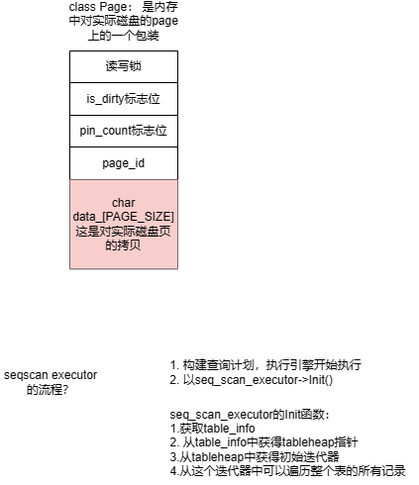
The draw.io diagram CMU15445/table&table_info&table_heap&...的关系.drawio.png in SixPlusAndTimes/drawio, before a commit. Source tidied: cells renumbered, new cells last; positions are measured from the earlier drawing's top-left corner, leaving out a move shared by most shapes. Source of this version:
```xml
<mxGraphModel>
  <root>
    <mxCell id="0" />
    <mxCell id="1" parent="0" />
    <mxCell id="2" value="class Page： 是内存中对实际磁盘的page上的一个包装" style="text;html=1;strokeColor=none;fillColor=none;align=center;verticalAlign=middle;whiteSpace=wrap;rounded=0;" parent="1" vertex="1">
      <mxGeometry x="63" width="123" height="30" as="geometry" />
    </mxCell>
    <mxCell id="3" style="shape=table;startSize=0;" parent="1" vertex="1">
      <mxGeometry x="70" y="45" width="109" height="220.2" as="geometry" />
    </mxCell>
    <mxCell id="4" style="shape=tableRow;horizontal=0;startSize=0;swimlaneHead=0;swimlaneBody=0;strokeColor=inherit;top=0;left=0;bottom=0;right=0;fillColor=none;" parent="3" vertex="1">
      <mxGeometry width="109" height="32" as="geometry" />
    </mxCell>
    <mxCell id="5" value="读写锁" style="shape=partialRectangle;html=1;whiteSpace=wrap;strokeColor=inherit;overflow=hidden;fillColor=none;top=0;left=0;bottom=0;right=0;" parent="4" vertex="1">
      <mxGeometry width="109" height="32" as="geometry" />
    </mxCell>
    <mxCell id="6" style="shape=tableRow;horizontal=0;startSize=0;swimlaneHead=0;swimlaneBody=0;strokeColor=inherit;top=0;left=0;bottom=0;right=0;fillColor=none;" parent="3" vertex="1">
      <mxGeometry y="32" width="109" height="33" as="geometry" />
    </mxCell>
    <mxCell id="7" value="is_dirty标志位" style="shape=partialRectangle;html=1;whiteSpace=wrap;strokeColor=inherit;overflow=hidden;fillColor=none;top=0;left=0;bottom=0;right=0;" parent="6" vertex="1">
      <mxGeometry width="109" height="33" as="geometry" />
    </mxCell>
    <mxCell id="8" style="shape=tableRow;horizontal=0;startSize=0;swimlaneHead=0;swimlaneBody=0;strokeColor=inherit;top=0;left=0;bottom=0;right=0;fillColor=none;" parent="3" vertex="1">
      <mxGeometry y="65" width="109" height="32" as="geometry" />
    </mxCell>
    <mxCell id="9" value="pin_count标志位" style="shape=partialRectangle;html=1;whiteSpace=wrap;strokeColor=inherit;overflow=hidden;fillColor=none;top=0;left=0;bottom=0;right=0;" parent="8" vertex="1">
      <mxGeometry width="109" height="32" as="geometry" />
    </mxCell>
    <mxCell id="10" style="shape=tableRow;horizontal=0;startSize=0;swimlaneHead=0;swimlaneBody=0;strokeColor=inherit;top=0;left=0;bottom=0;right=0;fillColor=none;" parent="3" vertex="1">
      <mxGeometry y="97" width="109" height="33" as="geometry" />
    </mxCell>
    <mxCell id="11" value="page_id" style="shape=partialRectangle;html=1;whiteSpace=wrap;strokeColor=inherit;overflow=hidden;fillColor=none;top=0;left=0;bottom=0;right=0;" parent="10" vertex="1">
      <mxGeometry width="109" height="33" as="geometry" />
    </mxCell>
    <mxCell id="12" style="shape=tableRow;horizontal=0;startSize=0;swimlaneHead=0;swimlaneBody=0;strokeColor=inherit;top=0;left=0;bottom=0;right=0;fillColor=none;" parent="3" vertex="1">
      <mxGeometry y="130" width="109" height="90" as="geometry" />
    </mxCell>
    <mxCell id="13" value="char data_[PAGE_SIZE]&lt;br&gt;这是对实际磁盘页的拷贝" style="shape=partialRectangle;html=1;whiteSpace=wrap;strokeColor=#b85450;overflow=hidden;fillColor=#f8cecc;top=0;left=0;bottom=0;right=0;" parent="12" vertex="1">
      <mxGeometry width="109" height="90" as="geometry" />
    </mxCell>
    <mxCell id="14" value="seqscan executor的流程？" style="text;html=1;strokeColor=none;fillColor=none;align=center;verticalAlign=middle;whiteSpace=wrap;rounded=0;" parent="1" vertex="1">
      <mxGeometry y="365" width="102" height="30" as="geometry" />
    </mxCell>
    <mxCell id="15" value="&lt;div style=&quot;text-align: left;&quot;&gt;&lt;span style=&quot;background-color: initial;&quot;&gt;1. 构建查询计划，执行引擎开始执行&lt;/span&gt;&lt;/div&gt;&lt;div style=&quot;text-align: left;&quot;&gt;&lt;span style=&quot;background-color: initial;&quot;&gt;2. 以seq_scan_executor-&amp;gt;Init()&lt;/span&gt;&lt;/div&gt;" style="text;html=1;strokeColor=none;fillColor=none;align=center;verticalAlign=middle;whiteSpace=wrap;rounded=0;" parent="1" vertex="1">
      <mxGeometry x="140" y="355" width="256" height="30" as="geometry" />
    </mxCell>
    <mxCell id="16" value="&lt;div style=&quot;text-align: left;&quot;&gt;&lt;span style=&quot;background-color: initial;&quot;&gt;seq_scan_executor的Init函数：&lt;/span&gt;&lt;/div&gt;&lt;div style=&quot;text-align: left;&quot;&gt;&lt;span style=&quot;background-color: initial;&quot;&gt;1.获取table_info&lt;/span&gt;&lt;/div&gt;&lt;div style=&quot;text-align: left;&quot;&gt;&lt;span style=&quot;background-color: initial;&quot;&gt;2. 从table_info中获得tableheap指针&lt;/span&gt;&lt;/div&gt;&lt;div style=&quot;text-align: left;&quot;&gt;&lt;span style=&quot;background-color: initial;&quot;&gt;3.从tableheap中获得初始迭代器&lt;/span&gt;&lt;/div&gt;&lt;div style=&quot;text-align: left;&quot;&gt;&lt;span style=&quot;background-color: initial;&quot;&gt;4.从这个迭代器中可以遍历整个表的所有记录&lt;/span&gt;&lt;/div&gt;" style="text;html=1;strokeColor=none;fillColor=none;align=center;verticalAlign=middle;whiteSpace=wrap;rounded=0;" parent="1" vertex="1">
      <mxGeometry x="159" y="398" width="263" height="85" as="geometry" />
    </mxCell>
  </root>
</mxGraphModel>
```
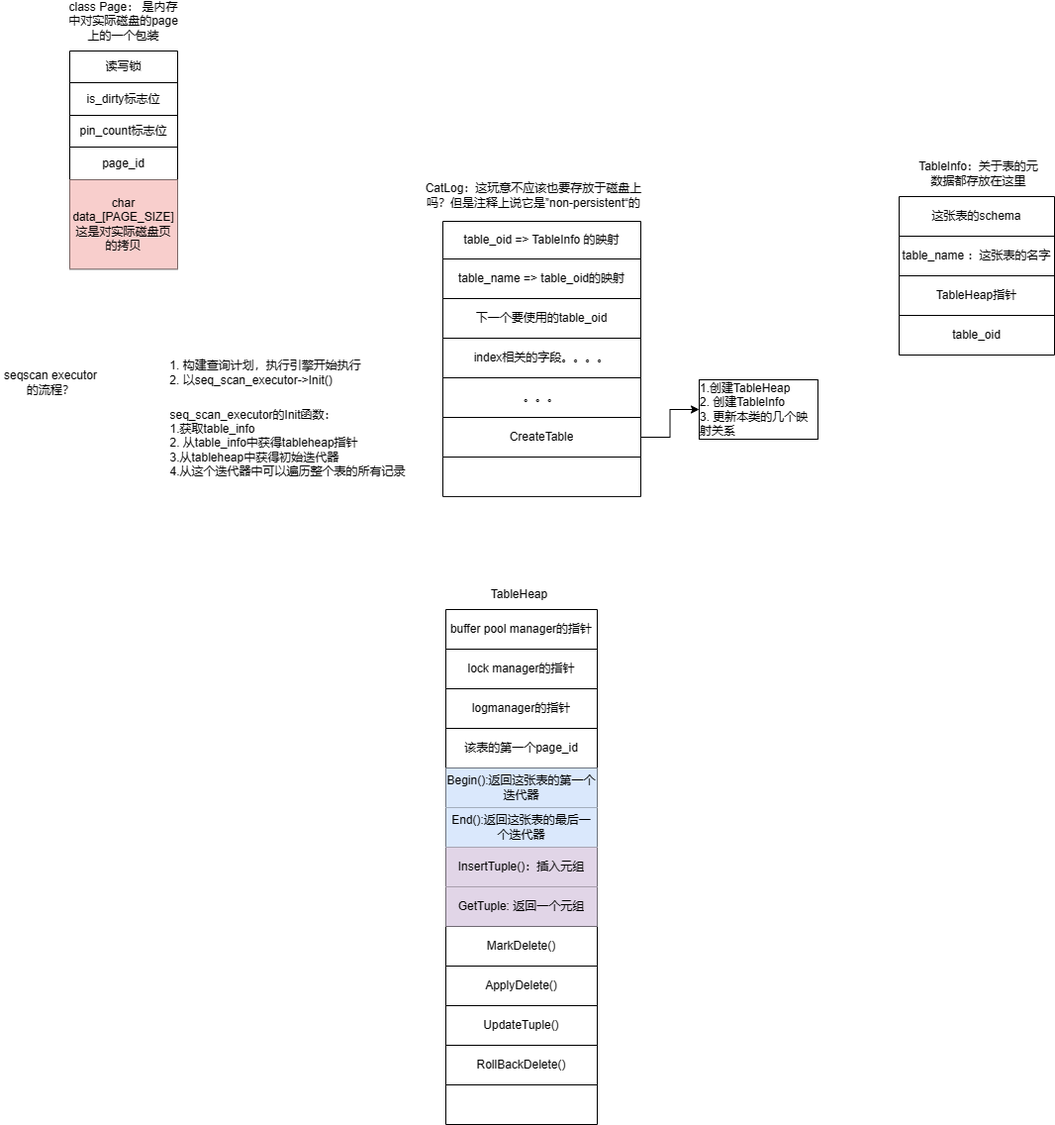
After the commit.

Commit message:
更新table&table_info&table_heap&...的关系.drawio.png

Diff of the diagram source:
```diff
@@ -47,5 +47,173 @@
     <mxCell id="16" value="&lt;div style=&quot;text-align: left;&quot;&gt;&lt;span style=&quot;background-color: initial;&quot;&gt;seq_scan_executor的Init函数：&lt;/span&gt;&lt;/div&gt;&lt;div style=&quot;text-align: left;&quot;&gt;&lt;span style=&quot;background-color: initial;&quot;&gt;1.获取table_info&lt;/span&gt;&lt;/div&gt;&lt;div style=&quot;text-align: left;&quot;&gt;&lt;span style=&quot;background-color: initial;&quot;&gt;2. 从table_info中获得tableheap指针&lt;/span&gt;&lt;/div&gt;&lt;div style=&quot;text-align: left;&quot;&gt;&lt;span style=&quot;background-color: initial;&quot;&gt;3.从tableheap中获得初始迭代器&lt;/span&gt;&lt;/div&gt;&lt;div style=&quot;text-align: left;&quot;&gt;&lt;span style=&quot;background-color: initial;&quot;&gt;4.从这个迭代器中可以遍历整个表的所有记录&lt;/span&gt;&lt;/div&gt;" style="text;html=1;strokeColor=none;fillColor=none;align=center;verticalAlign=middle;whiteSpace=wrap;rounded=0;" parent="1" vertex="1">
       <mxGeometry x="159" y="398" width="263" height="85" as="geometry" />
     </mxCell>
+    <mxCell id="17" value="CatLog：这玩意不应该也要存放于磁盘上吗？但是注释上说它是”non-persistent“的" style="text;html=1;strokeColor=none;fillColor=none;align=center;verticalAlign=middle;whiteSpace=wrap;rounded=0;" parent="1" vertex="1">
+      <mxGeometry x="422" y="176" width="234" height="30" as="geometry" />
+    </mxCell>
+    <mxCell id="18" style="shape=table;startSize=0;" parent="1" vertex="1">
+      <mxGeometry x="447" y="217" width="200" height="277.9" as="geometry" />
+    </mxCell>
+    <mxCell id="19" style="shape=tableRow;horizontal=0;startSize=0;swimlaneHead=0;swimlaneBody=0;strokeColor=inherit;top=0;left=0;bottom=0;right=0;fillColor=none;" parent="18" vertex="1">
+      <mxGeometry width="200" height="38" as="geometry" />
+    </mxCell>
+    <mxCell id="20" value="table_oid =&amp;gt; TableInfo 的映射" style="shape=partialRectangle;html=1;whiteSpace=wrap;strokeColor=inherit;overflow=hidden;fillColor=none;top=0;left=0;bottom=0;right=0;" parent="19" vertex="1">
+      <mxGeometry width="200" height="38" as="geometry" />
+    </mxCell>
+    <mxCell id="21" style="shape=tableRow;horizontal=0;startSize=0;swimlaneHead=0;swimlaneBody=0;strokeColor=inherit;top=0;left=0;bottom=0;right=0;fillColor=none;" parent="18" vertex="1">
+      <mxGeometry y="38" width="200" height="40" as="geometry" />
+    </mxCell>
+    <mxCell id="22" value="table_name =&amp;gt; table_oid的映射" style="shape=partialRectangle;html=1;whiteSpace=wrap;strokeColor=inherit;overflow=hidden;fillColor=none;top=0;left=0;bottom=0;right=0;" parent="21" vertex="1">
+      <mxGeometry width="200" height="40" as="geometry" />
+    </mxCell>
+    <mxCell id="23" style="shape=tableRow;horizontal=0;startSize=0;swimlaneHead=0;swimlaneBody=0;strokeColor=inherit;top=0;left=0;bottom=0;right=0;fillColor=none;" parent="18" vertex="1">
+      <mxGeometry y="78" width="200" height="40" as="geometry" />
+    </mxCell>
+    <mxCell id="24" value="下一个要使用的table_oid" style="shape=partialRectangle;html=1;whiteSpace=wrap;strokeColor=inherit;overflow=hidden;fillColor=none;top=0;left=0;bottom=0;right=0;" parent="23" vertex="1">
+      <mxGeometry width="200" height="40" as="geometry" />
+    </mxCell>
+    <mxCell id="25" style="shape=tableRow;horizontal=0;startSize=0;swimlaneHead=0;swimlaneBody=0;strokeColor=inherit;top=0;left=0;bottom=0;right=0;fillColor=none;" parent="18" vertex="1">
+      <mxGeometry y="118" width="200" height="40" as="geometry" />
+    </mxCell>
+    <mxCell id="26" value="index相关的字段。。。。" style="shape=partialRectangle;html=1;whiteSpace=wrap;strokeColor=inherit;overflow=hidden;fillColor=none;top=0;left=0;bottom=0;right=0;" parent="25" vertex="1">
+      <mxGeometry width="200" height="40" as="geometry" />
+    </mxCell>
+    <mxCell id="27" style="shape=tableRow;horizontal=0;startSize=0;swimlaneHead=0;swimlaneBody=0;strokeColor=inherit;top=0;left=0;bottom=0;right=0;fillColor=none;" parent="18" vertex="1">
+      <mxGeometry y="158" width="200" height="40" as="geometry" />
+    </mxCell>
+    <mxCell id="28" value="。。。" style="shape=partialRectangle;html=1;whiteSpace=wrap;strokeColor=inherit;overflow=hidden;fillColor=none;top=0;left=0;bottom=0;right=0;" parent="27" vertex="1">
+      <mxGeometry width="200" height="40" as="geometry" />
+    </mxCell>
+    <mxCell id="29" style="shape=tableRow;horizontal=0;startSize=0;swimlaneHead=0;swimlaneBody=0;strokeColor=inherit;top=0;left=0;bottom=0;right=0;fillColor=none;points=[[0,0.5],[1,0.5]];portConstraint=eastwest;" parent="18" vertex="1">
+      <mxGeometry y="198" width="200" height="40" as="geometry" />
+    </mxCell>
+    <mxCell id="30" value="CreateTable" style="shape=partialRectangle;html=1;whiteSpace=wrap;strokeColor=inherit;overflow=hidden;fillColor=none;top=0;left=0;bottom=0;right=0;" parent="29" vertex="1">
+      <mxGeometry width="200" height="40" as="geometry" />
+    </mxCell>
+    <mxCell id="31" style="shape=tableRow;horizontal=0;startSize=0;swimlaneHead=0;swimlaneBody=0;strokeColor=inherit;top=0;left=0;bottom=0;right=0;fillColor=none;" parent="18" vertex="1">
+      <mxGeometry y="238" width="200" height="40" as="geometry" />
+    </mxCell>
+    <mxCell id="32" style="shape=partialRectangle;html=1;whiteSpace=wrap;strokeColor=inherit;overflow=hidden;fillColor=none;top=0;left=0;bottom=0;right=0;" parent="31" vertex="1">
+      <mxGeometry width="200" height="40" as="geometry" />
+    </mxCell>
+    <mxCell id="33" value="TableInfo：关于表的元数据都存放在这里" style="text;html=1;strokeColor=none;fillColor=none;align=center;verticalAlign=middle;whiteSpace=wrap;rounded=0;" parent="1" vertex="1">
+      <mxGeometry x="927" y="154" width="123" height="30" as="geometry" />
+    </mxCell>
+    <mxCell id="34" style="shape=table;startSize=0;" parent="1" vertex="1">
+      <mxGeometry x="908" y="192" width="157" height="160" as="geometry" />
+    </mxCell>
+    <mxCell id="35" style="shape=tableRow;horizontal=0;startSize=0;swimlaneHead=0;swimlaneBody=0;strokeColor=inherit;top=0;left=0;bottom=0;right=0;fillColor=none;" parent="34" vertex="1">
+      <mxGeometry width="157" height="40" as="geometry" />
+    </mxCell>
+    <mxCell id="36" value="这张表的schema" style="shape=partialRectangle;html=1;whiteSpace=wrap;strokeColor=inherit;overflow=hidden;fillColor=none;top=0;left=0;bottom=0;right=0;" parent="35" vertex="1">
+      <mxGeometry width="157" height="40" as="geometry" />
+    </mxCell>
+    <mxCell id="37" style="shape=tableRow;horizontal=0;startSize=0;swimlaneHead=0;swimlaneBody=0;strokeColor=inherit;top=0;left=0;bottom=0;right=0;fillColor=none;" parent="34" vertex="1">
+      <mxGeometry y="40" width="157" height="40" as="geometry" />
+    </mxCell>
+    <mxCell id="38" value="table_name ：这张表的名字" style="shape=partialRectangle;html=1;whiteSpace=wrap;strokeColor=inherit;overflow=hidden;fillColor=none;top=0;left=0;bottom=0;right=0;" parent="37" vertex="1">
+      <mxGeometry width="157" height="40" as="geometry" />
+    </mxCell>
+    <mxCell id="39" style="shape=tableRow;horizontal=0;startSize=0;swimlaneHead=0;swimlaneBody=0;strokeColor=inherit;top=0;left=0;bottom=0;right=0;fillColor=none;" parent="34" vertex="1">
+      <mxGeometry y="80" width="157" height="40" as="geometry" />
+    </mxCell>
+    <mxCell id="40" value="TableHeap指针" style="shape=partialRectangle;html=1;whiteSpace=wrap;strokeColor=inherit;overflow=hidden;fillColor=none;top=0;left=0;bottom=0;right=0;" parent="39" vertex="1">
+      <mxGeometry width="157" height="40" as="geometry" />
+    </mxCell>
+    <mxCell id="41" style="shape=tableRow;horizontal=0;startSize=0;swimlaneHead=0;swimlaneBody=0;strokeColor=inherit;top=0;left=0;bottom=0;right=0;fillColor=none;" parent="34" vertex="1">
+      <mxGeometry y="120" width="157" height="40" as="geometry" />
+    </mxCell>
+    <mxCell id="42" value="table_oid" style="shape=partialRectangle;html=1;whiteSpace=wrap;strokeColor=inherit;overflow=hidden;fillColor=none;top=0;left=0;bottom=0;right=0;" parent="41" vertex="1">
+      <mxGeometry width="157" height="40" as="geometry" />
+    </mxCell>
+    <mxCell id="43" value="&lt;div style=&quot;text-align: left;&quot;&gt;&lt;span style=&quot;background-color: initial;&quot;&gt;1.创建TableHeap&lt;/span&gt;&lt;/div&gt;&lt;div style=&quot;text-align: left;&quot;&gt;&lt;span style=&quot;background-color: initial;&quot;&gt;2. 创建TableInfo&lt;/span&gt;&lt;/div&gt;&lt;div style=&quot;text-align: left;&quot;&gt;&lt;span style=&quot;background-color: initial;&quot;&gt;3. 更新本类的几个映射关系&lt;/span&gt;&lt;/div&gt;" style="rounded=0;whiteSpace=wrap;html=1;" parent="1" vertex="1">
+      <mxGeometry x="706" y="377" width="120" height="60" as="geometry" />
+    </mxCell>
+    <mxCell id="44" style="edgeStyle=orthogonalEdgeStyle;rounded=0;jettySize=auto;html=1;exitX=1;exitY=0.5;exitDx=0;exitDy=0;" parent="1" edge="1" source="29" target="43">
+      <mxGeometry relative="1" as="geometry" />
+    </mxCell>
+    <mxCell id="45" value="TableHeap" style="text;html=1;strokeColor=none;fillColor=none;align=center;verticalAlign=middle;whiteSpace=wrap;rounded=0;" parent="1" vertex="1">
+      <mxGeometry x="463" y="579" width="123" height="30" as="geometry" />
+    </mxCell>
+    <mxCell id="46" style="shape=table;startSize=0;" parent="1" vertex="1">
+      <mxGeometry x="450" y="609" width="153" height="520" as="geometry" />
+    </mxCell>
+    <mxCell id="47" style="shape=tableRow;horizontal=0;startSize=0;swimlaneHead=0;swimlaneBody=0;strokeColor=inherit;top=0;left=0;bottom=0;right=0;fillColor=none;" parent="46" vertex="1">
+      <mxGeometry width="153" height="40" as="geometry" />
+    </mxCell>
+    <mxCell id="48" value="buffer pool manager的指针" style="shape=partialRectangle;html=1;whiteSpace=wrap;strokeColor=inherit;overflow=hidden;fillColor=none;top=0;left=0;bottom=0;right=0;" parent="47" vertex="1">
+      <mxGeometry width="153" height="40" as="geometry" />
+    </mxCell>
+    <mxCell id="49" style="shape=tableRow;horizontal=0;startSize=0;swimlaneHead=0;swimlaneBody=0;strokeColor=inherit;top=0;left=0;bottom=0;right=0;fillColor=none;" parent="46" vertex="1">
+      <mxGeometry y="40" width="153" height="40" as="geometry" />
+    </mxCell>
+    <mxCell id="50" value="lock manager的指针" style="shape=partialRectangle;html=1;whiteSpace=wrap;strokeColor=inherit;overflow=hidden;fillColor=none;top=0;left=0;bottom=0;right=0;" parent="49" vertex="1">
+      <mxGeometry width="153" height="40" as="geometry" />
+    </mxCell>
+    <mxCell id="51" style="shape=tableRow;horizontal=0;startSize=0;swimlaneHead=0;swimlaneBody=0;strokeColor=inherit;top=0;left=0;bottom=0;right=0;fillColor=none;" parent="46" vertex="1">
+      <mxGeometry y="80" width="153" height="40" as="geometry" />
+    </mxCell>
+    <mxCell id="52" value="logmanager的指针" style="shape=partialRectangle;html=1;whiteSpace=wrap;strokeColor=inherit;overflow=hidden;fillColor=none;top=0;left=0;bottom=0;right=0;" parent="51" vertex="1">
+      <mxGeometry width="153" height="40" as="geometry" />
+    </mxCell>
+    <mxCell id="53" style="shape=tableRow;horizontal=0;startSize=0;swimlaneHead=0;swimlaneBody=0;strokeColor=inherit;top=0;left=0;bottom=0;right=0;fillColor=none;" parent="46" vertex="1">
+      <mxGeometry y="120" width="153" height="40" as="geometry" />
+    </mxCell>
+    <mxCell id="54" value="该表的第一个page_id" style="shape=partialRectangle;html=1;whiteSpace=wrap;strokeColor=inherit;overflow=hidden;fillColor=none;top=0;left=0;bottom=0;right=0;" parent="53" vertex="1">
+      <mxGeometry width="153" height="40" as="geometry" />
+    </mxCell>
+    <mxCell id="55" style="shape=tableRow;horizontal=0;startSize=0;swimlaneHead=0;swimlaneBody=0;strokeColor=inherit;top=0;left=0;bottom=0;right=0;fillColor=none;" parent="46" vertex="1">
+      <mxGeometry y="160" width="153" height="40" as="geometry" />
+    </mxCell>
+    <mxCell id="56" value="Begin():返回这张表的第一个迭代器" style="shape=partialRectangle;html=1;whiteSpace=wrap;strokeColor=#6c8ebf;overflow=hidden;fillColor=#dae8fc;top=0;left=0;bottom=0;right=0;" parent="55" vertex="1">
+      <mxGeometry width="153" height="40" as="geometry" />
+    </mxCell>
+    <mxCell id="57" style="shape=tableRow;horizontal=0;startSize=0;swimlaneHead=0;swimlaneBody=0;strokeColor=inherit;top=0;left=0;bottom=0;right=0;fillColor=none;" parent="46" vertex="1">
+      <mxGeometry y="200" width="153" height="40" as="geometry" />
+    </mxCell>
+    <mxCell id="58" value="End():返回这张表的最后一个迭代器" style="shape=partialRectangle;html=1;whiteSpace=wrap;strokeColor=#6c8ebf;overflow=hidden;fillColor=#dae8fc;top=0;left=0;bottom=0;right=0;" parent="57" vertex="1">
+      <mxGeometry width="153" height="40" as="geometry" />
+    </mxCell>
+    <mxCell id="59" style="shape=tableRow;horizontal=0;startSize=0;swimlaneHead=0;swimlaneBody=0;strokeColor=inherit;top=0;left=0;bottom=0;right=0;fillColor=none;" parent="46" vertex="1">
+      <mxGeometry y="240" width="153" height="40" as="geometry" />
+    </mxCell>
+    <mxCell id="60" value="InsertTuple()：插入元组" style="shape=partialRectangle;html=1;whiteSpace=wrap;strokeColor=#9673a6;overflow=hidden;fillColor=#e1d5e7;top=0;left=0;bottom=0;right=0;" parent="59" vertex="1">
+      <mxGeometry width="153" height="40" as="geometry" />
+    </mxCell>
+    <mxCell id="61" style="shape=tableRow;horizontal=0;startSize=0;swimlaneHead=0;swimlaneBody=0;strokeColor=inherit;top=0;left=0;bottom=0;right=0;fillColor=none;" parent="46" vertex="1">
+      <mxGeometry y="280" width="153" height="40" as="geometry" />
+    </mxCell>
+    <mxCell id="62" value="GetTuple: 返回一个元组" style="shape=partialRectangle;html=1;whiteSpace=wrap;strokeColor=#9673a6;overflow=hidden;fillColor=#e1d5e7;top=0;left=0;bottom=0;right=0;" parent="61" vertex="1">
+      <mxGeometry width="153" height="40" as="geometry" />
+    </mxCell>
+    <mxCell id="63" style="shape=tableRow;horizontal=0;startSize=0;swimlaneHead=0;swimlaneBody=0;strokeColor=inherit;top=0;left=0;bottom=0;right=0;fillColor=none;" parent="46" vertex="1">
+      <mxGeometry y="320" width="153" height="40" as="geometry" />
+    </mxCell>
+    <mxCell id="64" value="MarkDelete()" style="shape=partialRectangle;html=1;whiteSpace=wrap;strokeColor=inherit;overflow=hidden;fillColor=none;top=0;left=0;bottom=0;right=0;" parent="63" vertex="1">
+      <mxGeometry width="153" height="40" as="geometry" />
+    </mxCell>
+    <mxCell id="65" style="shape=tableRow;horizontal=0;startSize=0;swimlaneHead=0;swimlaneBody=0;strokeColor=inherit;top=0;left=0;bottom=0;right=0;fillColor=none;" parent="46" vertex="1">
+      <mxGeometry y="360" width="153" height="40" as="geometry" />
+    </mxCell>
+    <mxCell id="66" value="ApplyDelete()" style="shape=partialRectangle;html=1;whiteSpace=wrap;strokeColor=inherit;overflow=hidden;fillColor=none;top=0;left=0;bottom=0;right=0;" parent="65" vertex="1">
+      <mxGeometry width="153" height="40" as="geometry" />
+    </mxCell>
+    <mxCell id="67" style="shape=tableRow;horizontal=0;startSize=0;swimlaneHead=0;swimlaneBody=0;strokeColor=inherit;top=0;left=0;bottom=0;right=0;fillColor=none;" parent="46" vertex="1">
+      <mxGeometry y="400" width="153" height="40" as="geometry" />
+    </mxCell>
+    <mxCell id="68" value="UpdateTuple()" style="shape=partialRectangle;html=1;whiteSpace=wrap;strokeColor=inherit;overflow=hidden;fillColor=none;top=0;left=0;bottom=0;right=0;" parent="67" vertex="1">
+      <mxGeometry width="153" height="40" as="geometry" />
+    </mxCell>
+    <mxCell id="69" style="shape=tableRow;horizontal=0;startSize=0;swimlaneHead=0;swimlaneBody=0;strokeColor=inherit;top=0;left=0;bottom=0;right=0;fillColor=none;" parent="46" vertex="1">
+      <mxGeometry y="440" width="153" height="40" as="geometry" />
+    </mxCell>
+    <mxCell id="70" value="RollBackDelete()" style="shape=partialRectangle;html=1;whiteSpace=wrap;strokeColor=inherit;overflow=hidden;fillColor=none;top=0;left=0;bottom=0;right=0;" parent="69" vertex="1">
+      <mxGeometry width="153" height="40" as="geometry" />
+    </mxCell>
+    <mxCell id="71" style="shape=tableRow;horizontal=0;startSize=0;swimlaneHead=0;swimlaneBody=0;strokeColor=inherit;top=0;left=0;bottom=0;right=0;fillColor=none;" parent="46" vertex="1">
+      <mxGeometry y="480" width="153" height="40" as="geometry" />
+    </mxCell>
+    <mxCell id="72" style="shape=partialRectangle;html=1;whiteSpace=wrap;strokeColor=inherit;overflow=hidden;fillColor=none;top=0;left=0;bottom=0;right=0;" parent="71" vertex="1">
+      <mxGeometry width="153" height="40" as="geometry" />
+    </mxCell>
   </root>
 </mxGraphModel>
```
